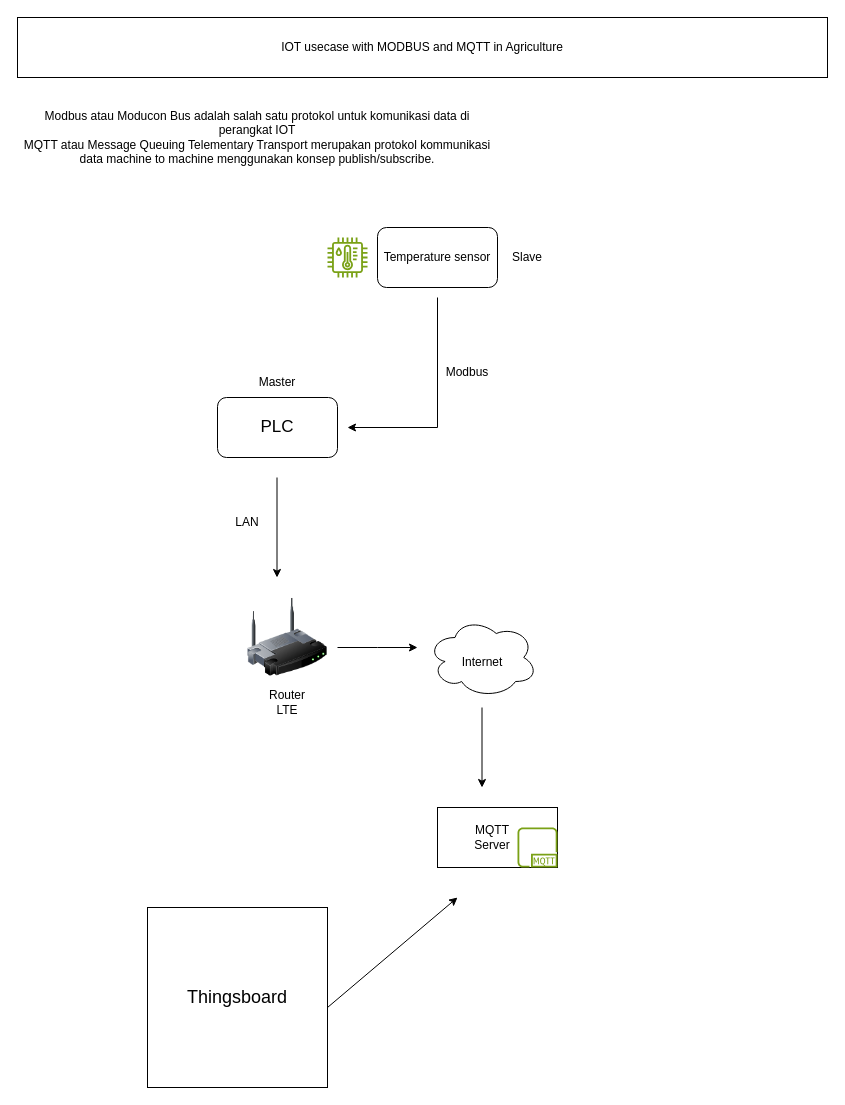
This is IOT-d1.drawio from Tchehetheere/x9_academy-draw-io, a draw.io file, before an edit. Source tidied: cells renumbered, new cells numbered last; positions are measured from the earlier drawing's top-left corner, leaving out a move shared by most shapes. Both pictures are drawn from the tidied source at 100%, with x=0, y=0 at pixel (17, 17).
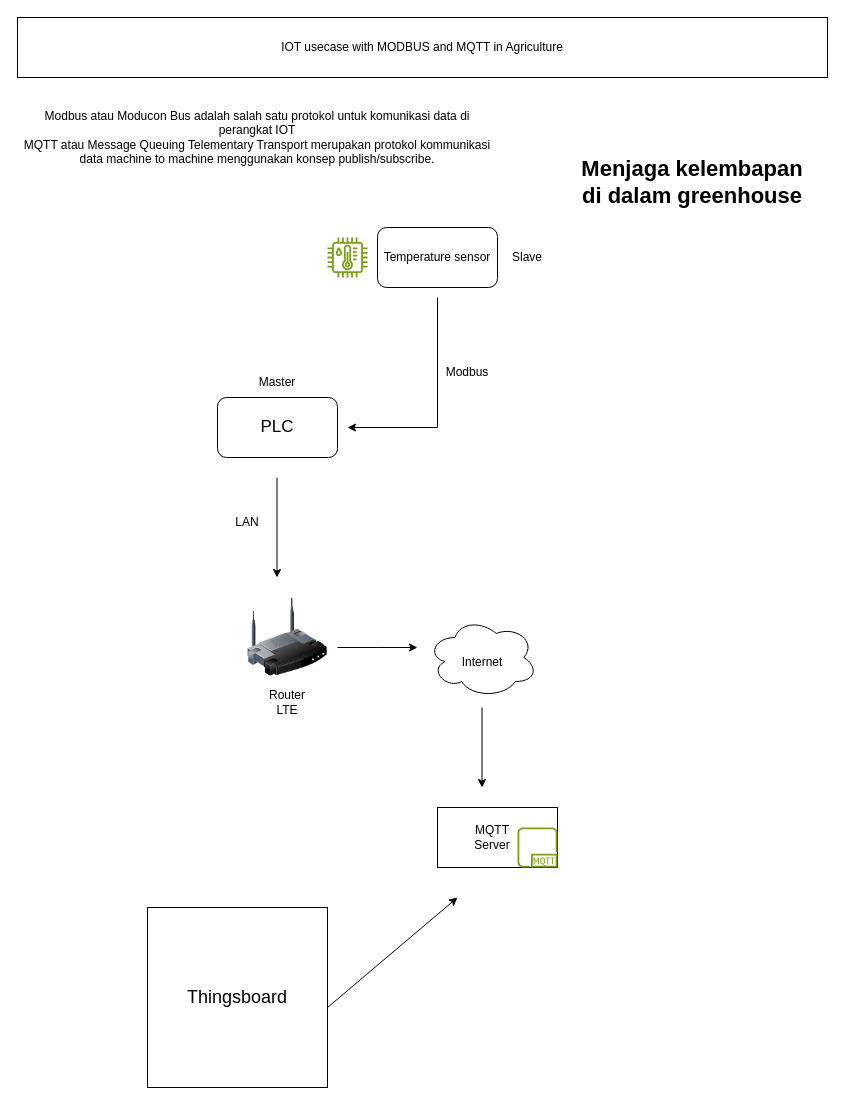
The same page after the edit.

Change to the diagram source:
```diff
@@
+    <mxCell id="28" value="Menjaga kelembapan di dalam greenhouse" style="text;html=1;align=center;verticalAlign=middle;whiteSpace=wrap;rounded=0;fontSize=22;fontStyle=1;" parent="1" vertex="1">
+      <mxGeometry x="560" y="105" width="230" height="120" as="geometry" />
+    </mxCell>
```
